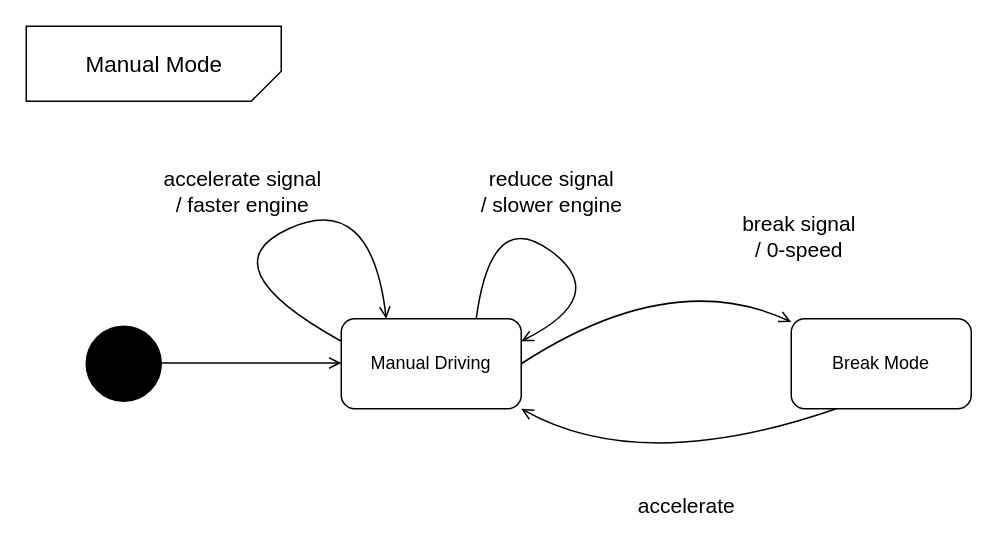
Earlier version of the draw.io diagram page "manual mode" (2 of 5) of state-diagram.drawio (gordonpn/soen331-assignment2). Source tidied: cells renumbered, new cells numbered last; positions are measured from the earlier drawing's top-left corner, leaving out a move shared by most shapes. Both pictures are drawn from the tidied source at 150%, with x=0, y=0 at pixel (26, 26).
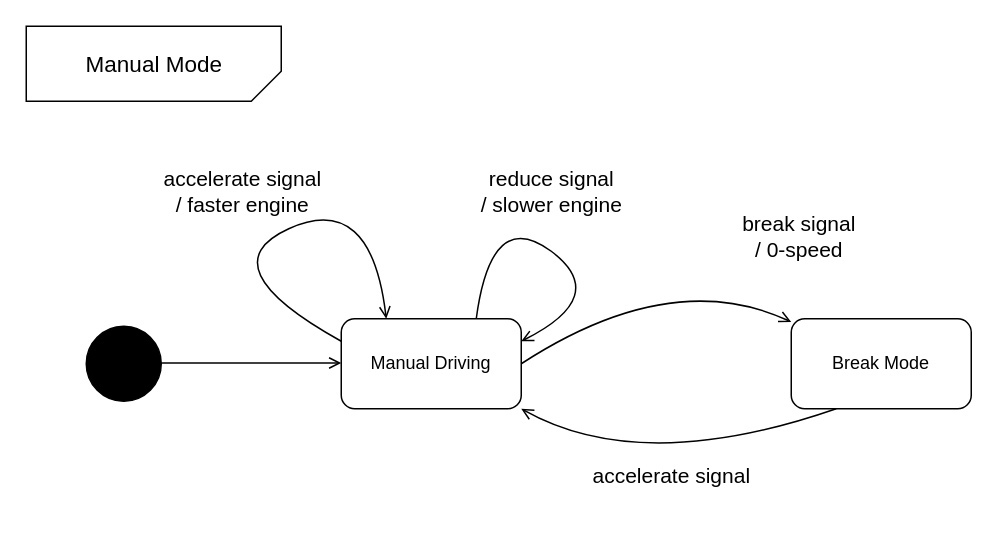
The same diagram, later.

What changed in the source:
```diff
@@
-    <mxCell id="15" value="&lt;font style=&quot;font-size: 14px&quot;&gt;accelerate&lt;br&gt;&lt;/font&gt;" style="text;html=1;align=center;verticalAlign=middle;" parent="1" vertex="1">
-      <mxGeometry x="400" y="310" width="80" height="20" as="geometry" />
+    <mxCell id="15" value="&lt;font style=&quot;font-size: 14px&quot;&gt;accelerate signal&lt;br&gt;&lt;/font&gt;" style="text;html=1;align=center;verticalAlign=middle;" parent="1" vertex="1">
+      <mxGeometry x="370" y="290" width="120" height="20" as="geometry" />
     </mxCell>
```
